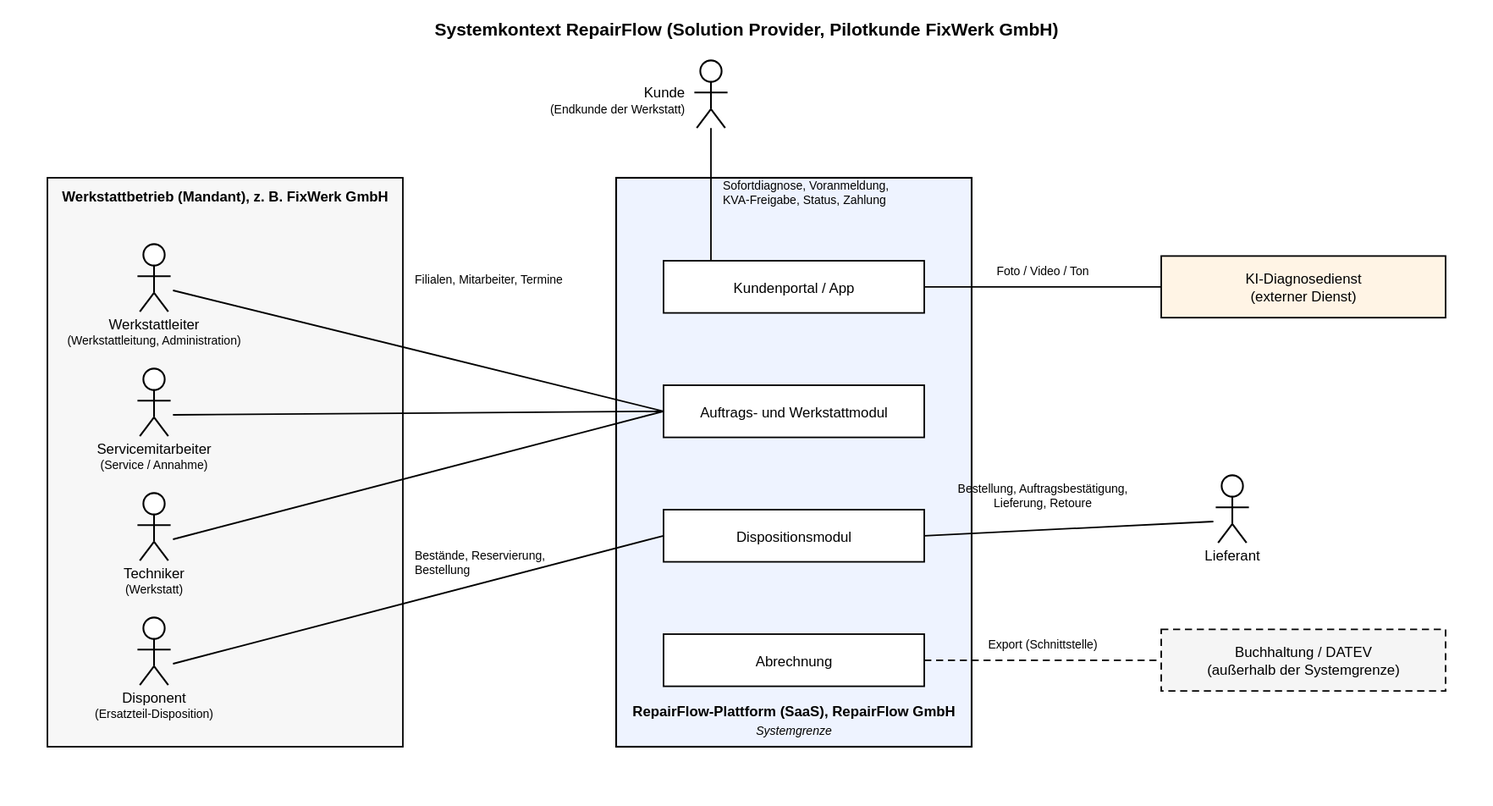
This is 3_doku/systemkontext/systemkontext.svg from jakobschwan123-cmd/casestudy-semester-3, a PlantUML export, as it was before one commit. Its source is kept beside it as 3_doku/systemkontext/systemkontext.puml.
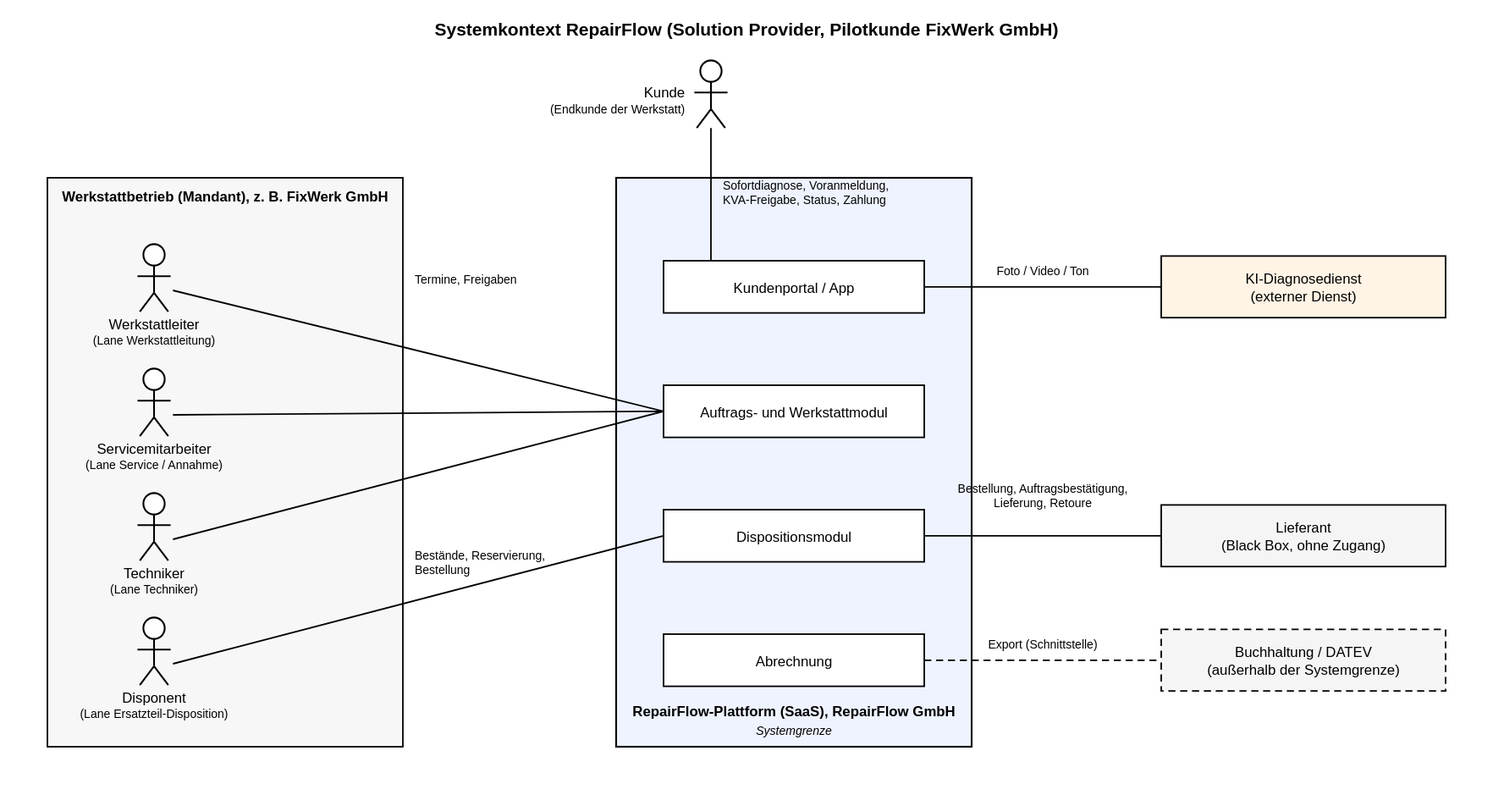
The same diagram one commit later.

The edit, as a diff of the source:
```diff
@@ -4,12 +4,11 @@
 skinparam rectangleFontSize 12
 left to right direction
 actor "Kunde\n(Endkunde der Werkstatt)" as Kunde
-actor "Lieferant" as Lieferant
 rectangle "Werkstattbetrieb (Mandant), z. B. FixWerk GmbH" as WB {
-  actor "Servicemitarbeiter\n(Service / Annahme)" as Service
-  actor "Techniker" as Techniker
-  actor "Werkstattleiter\n(Werkstattleitung, Administration)" as Leitung
-  actor "Disponent\n(Ersatzteil-Disposition)" as Dispo
+  actor "Servicemitarbeiter\n(Lane Service / Annahme)" as Service
+  actor "Techniker\n(Lane Techniker)" as Techniker
+  actor "Werkstattleiter\n(Lane Werkstattleitung)" as Leitung
+  actor "Disponent\n(Lane Ersatzteil-Disposition)" as Dispo
 }
 rectangle "RepairFlow-Plattform (SaaS)\nRepairFlow GmbH" as RF #EEF3FF {
   rectangle "Kundenportal / App" as App
@@ -17,12 +16,13 @@
   rectangle "Dispositionsmodul" as DispoM
   rectangle "Abrechnung" as Abr
 }
+rectangle "Lieferant\n(Black Box, ohne Zugang)" as Lieferant #F5F5F5
 rectangle "KI-Diagnosedienst\n(externer Dienst)" as KI #FFF4E5
 rectangle "Buchhaltung / DATEV\n(außerhalb der Systemgrenze)" as DATEV #F5F5F5
 Kunde -- App : Sofortdiagnose, Voranmeldung,\nKVA-Freigabe, Status, Zahlung
 Service -- Auftrag
 Techniker -- Auftrag
-Leitung -- Auftrag : Filialen, Mitarbeiter, Termine
+Leitung -- Auftrag : Termine, Freigaben
 Dispo -- DispoM
 App -- KI : Foto / Video / Ton
 DispoM -- Lieferant : Bestellung, Auftragsbestätigung,\nLieferung, Retoure
```
